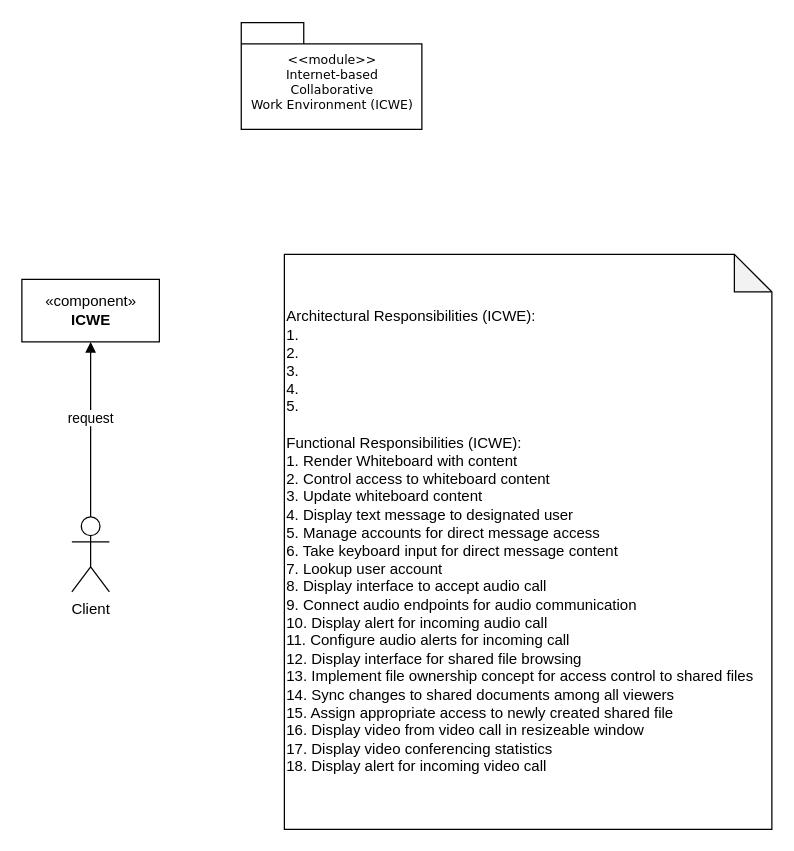
Above: Project_Checkpoint_4.drawio in james-mcallister/diagrams (draw.io), before the change. Source tidied: cells renumbered, new cells numbered last; positions are measured from the earlier drawing's top-left corner, leaving out a move shared by most shapes. Both pictures are drawn from the tidied source at 125%, with x=0, y=0 at pixel (21, 21).
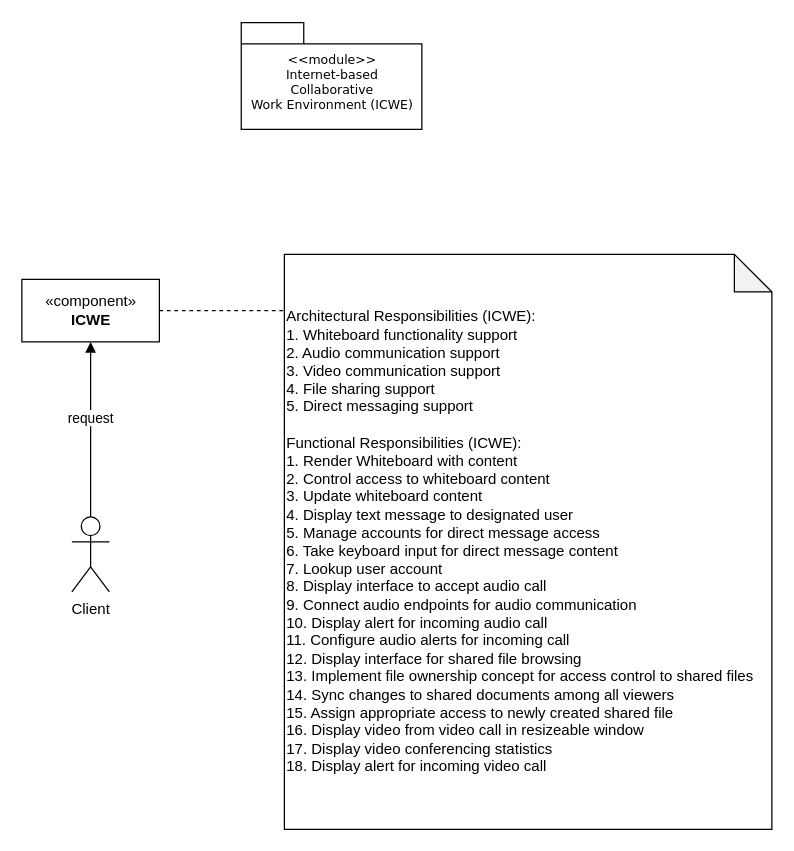
Above is the later version.

The edit, as a diff of the source:
```diff
@@
 <mxGraphModel>
   <root>
     <mxCell id="0" />
     <mxCell id="1" parent="0" />
     <mxCell id="2" style="group;" parent="1" vertex="1">
       <mxGeometry x="175.5" y="0.5" width="144.5" height="85.5" as="geometry" />
     </mxCell>
     <mxCell id="3" value="&lt;span style=&quot;font-weight: normal;&quot;&gt;&amp;lt;&amp;lt;module&amp;gt;&amp;gt;&lt;br&gt;Internet-based &lt;br&gt;Collaborative &lt;br&gt;Work Environment (ICWE)&lt;/span&gt;" style="shape=folder;fontStyle=1;spacingTop=10;tabWidth=50;tabHeight=17;tabPosition=left;html=1;rounded=0;shadow=0;comic=0;labelBackgroundColor=none;strokeWidth=1;fontFamily=Verdana;fontSize=10;align=center;" parent="2" vertex="1">
       <mxGeometry width="144.5" height="85.5" as="geometry" />
     </mxCell>
     <mxCell id="4" value="«component»&lt;br&gt;&lt;b&gt;ICWE&lt;/b&gt;" style="html=1;" parent="1" vertex="1">
       <mxGeometry y="206" width="110" height="50" as="geometry" />
     </mxCell>
     <mxCell id="5" value="Client" style="shape=umlActor;verticalLabelPosition=bottom;verticalAlign=top;html=1;" parent="1" vertex="1">
       <mxGeometry x="40" y="396" width="30" height="60" as="geometry" />
     </mxCell>
     <mxCell id="6" value="request" style="html=1;verticalAlign=bottom;endArrow=block;rounded=0;exitX=0.5;exitY=0;exitDx=0;exitDy=0;exitPerimeter=0;entryX=0.5;entryY=1;entryDx=0;entryDy=0;" parent="1" edge="1" source="5" target="4">
       <mxGeometry relative="1" as="geometry" />
     </mxCell>
-    <mxCell id="7" value="Architectural Responsibilities (ICWE):&lt;br&gt;1.&lt;br&gt;2.&lt;br&gt;3.&lt;br&gt;4.&lt;br&gt;5.&lt;br&gt;&lt;br&gt;Functional Responsibilities (ICWE):&lt;br&gt;1. Render Whiteboard with content&lt;br&gt;2. Control access to whiteboard content&lt;br&gt;3. Update whiteboard content&lt;br&gt;4. Display text message to designated user&lt;br&gt;5. Manage accounts for direct message access&lt;br&gt;6. Take keyboard input for direct message content&lt;br&gt;7. Lookup user account&lt;br&gt;8. Display interface to accept audio call&lt;br&gt;9. Connect audio endpoints for audio communication&lt;br&gt;10. Display alert for incoming audio call&lt;br&gt;11. Configure audio alerts for incoming call&lt;br&gt;12. Display interface for shared file browsing&lt;br&gt;13. Implement file ownership concept for access control to shared files&lt;br&gt;14. Sync changes to shared documents among all viewers&lt;br&gt;15. Assign appropriate access to newly created shared file&lt;br&gt;16. Display video from video call in resizeable window&lt;br&gt;17. Display video conferencing statistics&lt;br&gt;18. Display alert for incoming video call" style="shape=note;whiteSpace=wrap;html=1;backgroundOutline=1;darkOpacity=0.05;align=left;" parent="1" vertex="1">
+    <mxCell id="7" value="Architectural Responsibilities (ICWE):&lt;br&gt;1. Whiteboard functionality support&lt;br&gt;2. Audio communication support&lt;br&gt;3. Video communication support&lt;br&gt;4. File sharing support&lt;br&gt;5. Direct messaging support&lt;br&gt;&lt;br&gt;Functional Responsibilities (ICWE):&lt;br&gt;1. Render Whiteboard with content&lt;br&gt;2. Control access to whiteboard content&lt;br&gt;3. Update whiteboard content&lt;br&gt;4. Display text message to designated user&lt;br&gt;5. Manage accounts for direct message access&lt;br&gt;6. Take keyboard input for direct message content&lt;br&gt;7. Lookup user account&lt;br&gt;8. Display interface to accept audio call&lt;br&gt;9. Connect audio endpoints for audio communication&lt;br&gt;10. Display alert for incoming audio call&lt;br&gt;11. Configure audio alerts for incoming call&lt;br&gt;12. Display interface for shared file browsing&lt;br&gt;13. Implement file ownership concept for access control to shared files&lt;br&gt;14. Sync changes to shared documents among all viewers&lt;br&gt;15. Assign appropriate access to newly created shared file&lt;br&gt;16. Display video from video call in resizeable window&lt;br&gt;17. Display video conferencing statistics&lt;br&gt;18. Display alert for incoming video call" style="shape=note;whiteSpace=wrap;html=1;backgroundOutline=1;darkOpacity=0.05;align=left;" parent="1" vertex="1">
       <mxGeometry x="210" y="186" width="390" height="460" as="geometry" />
     </mxCell>
+    <mxCell id="8" style="endArrow=none;dashed=1;html=1;rounded=0;exitX=1;exitY=0.5;exitDx=0;exitDy=0;entryX=0.003;entryY=0.098;entryDx=0;entryDy=0;entryPerimeter=0;" parent="1" edge="1" source="4" target="7">
+      <mxGeometry relative="1" as="geometry" />
+    </mxCell>
   </root>
 </mxGraphModel>
```
